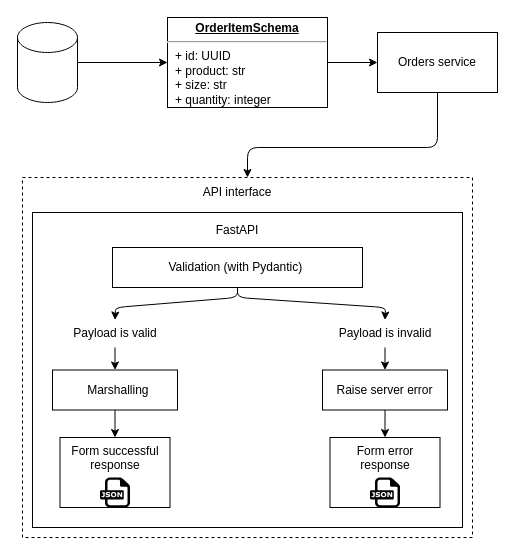
Before: page "6.11" (12 of 15) of ch06.drawio in abunuwas/microservices-apis-img, a draw.io diagram. Source tidied: cells renumbered, new cells numbered last; positions are measured from the earlier drawing's top-left corner, leaving out a move shared by most shapes. Both pictures are drawn from the tidied source at 100%, with x=0, y=0 at pixel (17, 17).
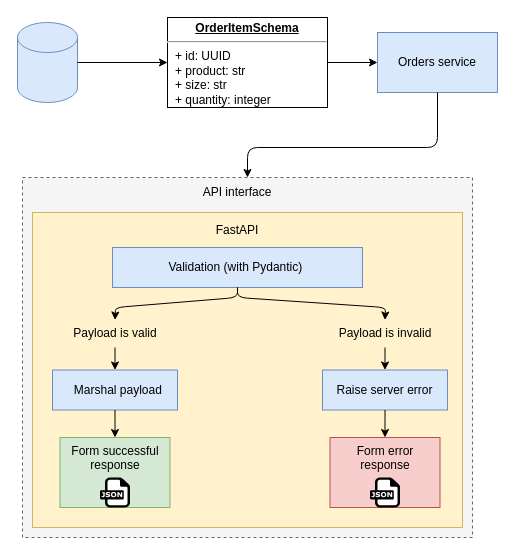
The same diagram, later.

Change to the diagram source:
```diff
@@
-    <mxCell id="2" style="rounded=0;whiteSpace=wrap;html=1;dashed=1;" parent="1" vertex="1">
+    <mxCell id="2" style="rounded=0;whiteSpace=wrap;html=1;dashed=1;fillColor=#f5f5f5;strokeColor=#666666;fontColor=#333333;" parent="1" vertex="1">
       <mxGeometry x="5" y="160" width="450" height="360" as="geometry" />
     </mxCell>
@@
-    <mxCell id="4" style="shape=cylinder3;whiteSpace=wrap;html=1;boundedLbl=1;backgroundOutline=1;size=15;" parent="1" vertex="1">
+    <mxCell id="4" style="shape=cylinder3;whiteSpace=wrap;html=1;boundedLbl=1;backgroundOutline=1;size=15;fillColor=#dae8fc;strokeColor=#6c8ebf;" parent="1" vertex="1">
       <mxGeometry y="5" width="60" height="80" as="geometry" />
     </mxCell>
@@
-    <mxCell id="6" value="Orders service" style="rounded=0;whiteSpace=wrap;html=1;" parent="1" vertex="1">
+    <mxCell id="6" value="Orders service" style="rounded=0;whiteSpace=wrap;html=1;fillColor=#dae8fc;strokeColor=#6c8ebf;" parent="1" vertex="1">
       <mxGeometry x="360" y="15" width="120" height="60" as="geometry" />
     </mxCell>
@@
-    <mxCell id="8" style="rounded=0;whiteSpace=wrap;html=1;" parent="1" vertex="1">
+    <mxCell id="8" style="rounded=0;whiteSpace=wrap;html=1;fillColor=#fff2cc;strokeColor=#d6b656;" parent="1" vertex="1">
       <mxGeometry x="15" y="195" width="430" height="315" as="geometry" />
     </mxCell>
@@
-    <mxCell id="10" value="Validation (with Pydantic)&amp;nbsp;" style="rounded=0;whiteSpace=wrap;html=1;" parent="1" vertex="1">
+    <mxCell id="10" value="Validation (with Pydantic)&amp;nbsp;" style="rounded=0;whiteSpace=wrap;html=1;fillColor=#dae8fc;strokeColor=#6c8ebf;" parent="1" vertex="1">
       <mxGeometry x="95" y="230" width="250" height="40" as="geometry" />
     </mxCell>
-    <mxCell id="11" value="&amp;nbsp; Marshalling" style="rounded=0;whiteSpace=wrap;html=1;align=center;" parent="1" vertex="1">
+    <mxCell id="11" value="&amp;nbsp; Marshal payload" style="rounded=0;whiteSpace=wrap;html=1;align=center;fillColor=#dae8fc;strokeColor=#6c8ebf;" parent="1" vertex="1">
       <mxGeometry x="35" y="352.5" width="125" height="40" as="geometry" />
     </mxCell>
@@
-    <mxCell id="18" value="Raise server error" style="rounded=0;whiteSpace=wrap;html=1;align=center;" parent="1" vertex="1">
+    <mxCell id="18" value="Raise server error" style="rounded=0;whiteSpace=wrap;html=1;align=center;fillColor=#dae8fc;strokeColor=#6c8ebf;" parent="1" vertex="1">
       <mxGeometry x="305" y="352.5" width="125" height="40" as="geometry" />
     </mxCell>
@@
-    <mxCell id="21" value="Form successful &lt;br&gt;response&lt;br&gt;&lt;br&gt;&lt;br&gt;" style="rounded=0;whiteSpace=wrap;html=1;align=center;" parent="1" vertex="1">
+    <mxCell id="21" value="Form successful &lt;br&gt;response&lt;br&gt;&lt;br&gt;&lt;br&gt;" style="rounded=0;whiteSpace=wrap;html=1;align=center;fillColor=#d5e8d4;strokeColor=#82b366;" parent="1" vertex="1">
       <mxGeometry x="42.5" y="420" width="110" height="70" as="geometry" />
     </mxCell>
@@
-    <mxCell id="24" value="Form error response&lt;br&gt;&lt;br&gt;&lt;br&gt;" style="rounded=0;whiteSpace=wrap;html=1;align=center;" parent="1" vertex="1">
+    <mxCell id="24" value="Form error response&lt;br&gt;&lt;br&gt;&lt;br&gt;" style="rounded=0;whiteSpace=wrap;html=1;align=center;fillColor=#f8cecc;strokeColor=#b85450;" parent="1" vertex="1">
       <mxGeometry x="312.5" y="420" width="110" height="70" as="geometry" />
     </mxCell>
```
